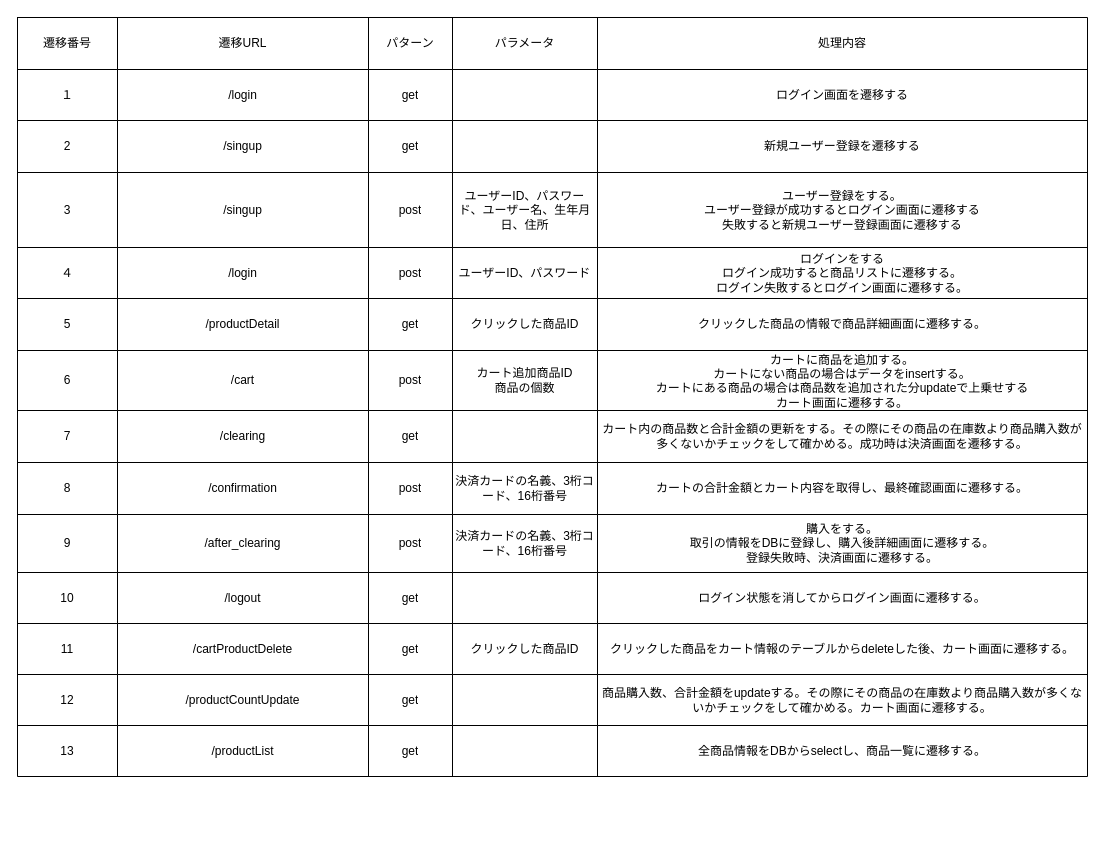
Earlier version of the draw.io diagram page "画面遷移図詳細" (20 of 21) of src/main/resources/templates/shopping/Untitled Diagram.drawio (YumaMaruyama/ITworksTRYshopping). Source tidied: cells renumbered, new cells numbered last; positions are measured from the earlier drawing's top-left corner, leaving out a move shared by most shapes. Both pictures are drawn from the tidied source at 100%, with x=0, y=0 at pixel (17, 17).
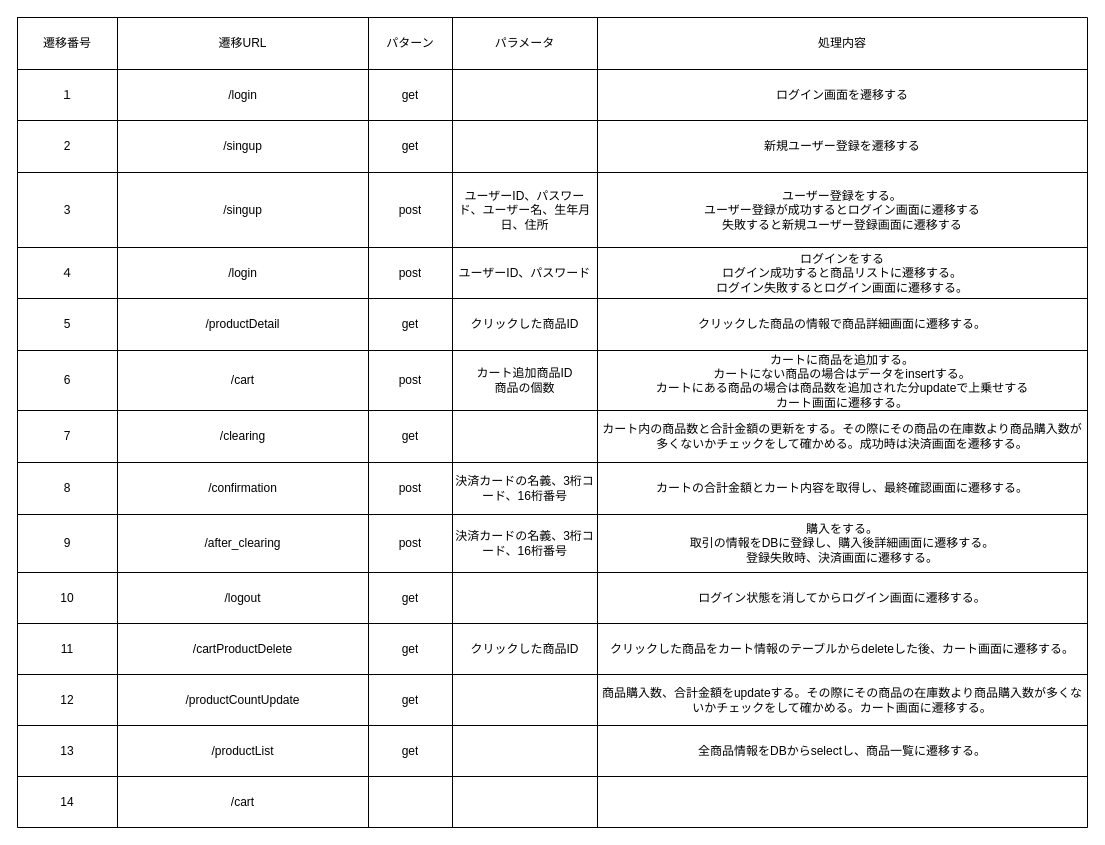
Above is the later version.

Diff of the diagram source:
```diff
@@
     <mxCell id="2" style="shape=table;startSize=0;childLayout=tableLayout;" parent="1" vertex="1">
-      <mxGeometry width="1070" height="759" as="geometry" />
+      <mxGeometry width="1070" height="810" as="geometry" />
     </mxCell>
@@
+    <mxCell id="87" style="shape=partialRectangle;fillColor=none;top=0;left=0;bottom=0;right=0;" parent="2" vertex="1">
+      <mxGeometry y="759" width="1070" height="51" as="geometry" />
+    </mxCell>
+    <mxCell id="88" value="14" style="shape=partialRectangle;html=1;whiteSpace=wrap;overflow=hidden;fillColor=none;top=0;left=0;bottom=0;right=0;" parent="87" vertex="1">
+      <mxGeometry width="100" height="51" as="geometry" />
+    </mxCell>
+    <mxCell id="89" value="/cart" style="shape=partialRectangle;html=1;whiteSpace=wrap;overflow=hidden;fillColor=none;top=0;left=0;bottom=0;right=0;" parent="87" vertex="1">
+      <mxGeometry x="100" width="251" height="51" as="geometry" />
+    </mxCell>
+    <mxCell id="90" style="shape=partialRectangle;html=1;whiteSpace=wrap;overflow=hidden;fillColor=none;top=0;left=0;bottom=0;right=0;" parent="87" vertex="1">
+      <mxGeometry x="351" width="84" height="51" as="geometry" />
+    </mxCell>
+    <mxCell id="91" style="shape=partialRectangle;html=1;whiteSpace=wrap;overflow=hidden;fillColor=none;top=0;left=0;bottom=0;right=0;" parent="87" vertex="1">
+      <mxGeometry x="435" width="145" height="51" as="geometry" />
+    </mxCell>
+    <mxCell id="92" style="shape=partialRectangle;html=1;whiteSpace=wrap;overflow=hidden;fillColor=none;top=0;left=0;bottom=0;right=0;" parent="87" vertex="1">
+      <mxGeometry x="580" width="490" height="51" as="geometry" />
+    </mxCell>
```
